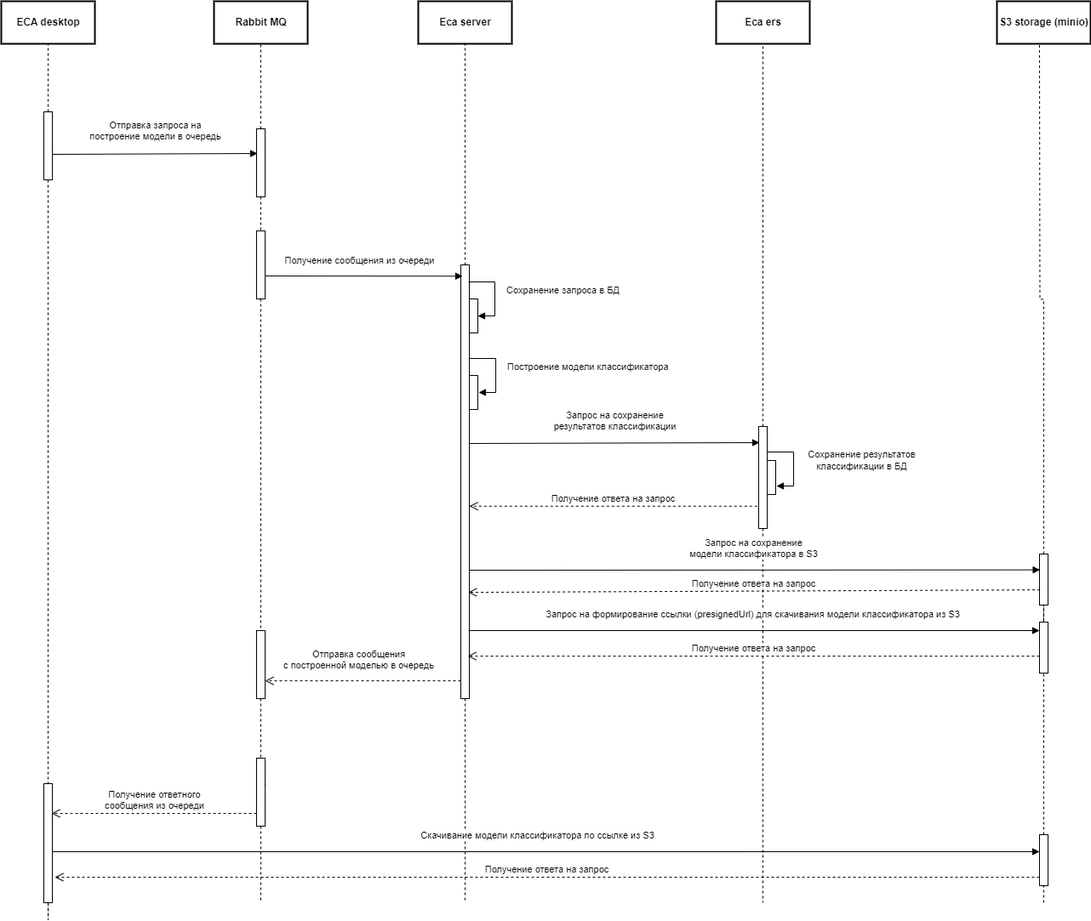
This is doc/images/evaluation-request-sequence.png from Stonnos/eca-service, a draw.io export, as it was before one commit. Source tidied: cells renumbered, new cells last; positions are measured from the earlier drawing's top-left corner, leaving out a move shared by most shapes.
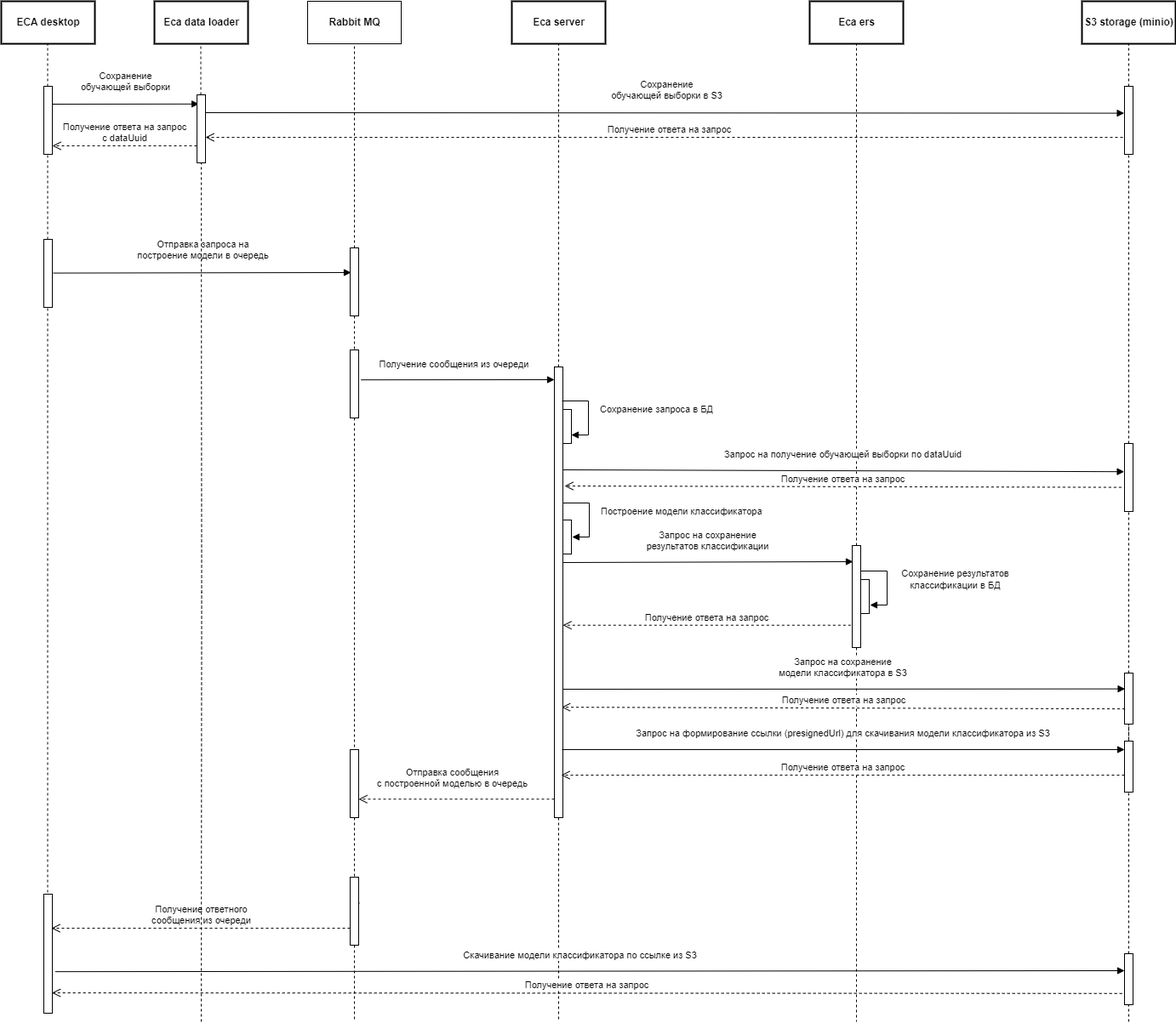
The same diagram one commit later.

Commit message:
#ES-295 - updated sequence diagrams

Diff of the diagram source:
```diff
@@ -4,15 +4,13 @@
     <mxCell id="1" parent="0" />
-    <mxCell id="2" style="edgeStyle=orthogonalEdgeStyle;rounded=0;jettySize=auto;html=1;endArrow=none;endFill=0;dashed=1;" parent="1" edge="1" source="4">
-      <mxGeometry relative="1" as="geometry">
-        <mxPoint x="55" y="40" as="targetPoint" />
-      </mxGeometry>
-    </mxCell>
-    <mxCell id="3" style="edgeStyle=orthogonalEdgeStyle;rounded=0;jettySize=auto;html=1;dashed=1;endArrow=none;endFill=0;" parent="1" edge="1" source="4" target="33">
-      <mxGeometry relative="1" as="geometry" />
-    </mxCell>
+    <mxCell id="54" style="edgeStyle=orthogonalEdgeStyle;rounded=0;orthogonalLoop=1;jettySize=auto;html=1;entryX=0.5;entryY=1;entryDx=0;entryDy=0;dashed=1;endArrow=none;endFill=0;strokeColor=#000000;" parent="1" edge="1">
+      <mxGeometry relative="1" as="geometry">
+        <mxPoint x="-55.5" y="920" as="sourcePoint" />
+        <mxPoint x="-55.5" y="-90" as="targetPoint" />
+      </mxGeometry>
+    </mxCell>
     <mxCell id="4" style="html=1;points=[];perimeter=orthogonalPerimeter;" parent="1" vertex="1">
-      <mxGeometry x="50" y="130" width="10" height="80" as="geometry" />
+      <mxGeometry x="-60" y="140" width="10" height="80" as="geometry" />
     </mxCell>
     <mxCell id="5" value="&lt;b&gt;ECA desktop&lt;/b&gt;" style="html=1;strokeWidth=2;" parent="1" vertex="1">
-      <mxGeometry width="110" height="50" as="geometry" />
+      <mxGeometry x="-110" y="-140" width="110" height="50" as="geometry" />
     </mxCell>
@@ -24,5 +22,4 @@
     </mxCell>
-    <mxCell id="8" value="&lt;font style=&quot;font-size: 11px&quot;&gt;Отправка запроса на &lt;br&gt;построение модели в очередь&lt;/font&gt;" style="html=1;verticalAlign=bottom;endArrow=block;" parent="1" edge="1">
+    <mxCell id="8" value="&lt;font style=&quot;font-size: 11px&quot;&gt;Отправка запроса на &lt;br&gt;построение модели в очередь&lt;/font&gt;" style="html=1;verticalAlign=bottom;endArrow=block;exitX=1.12;exitY=0.495;exitDx=0;exitDy=0;exitPerimeter=0;" parent="1" edge="1" source="4">
       <mxGeometry y="11" relative="1" as="geometry">
-        <mxPoint x="60" y="180" as="sourcePoint" />
         <mxPoint x="301" y="179" as="targetPoint" />
@@ -31,12 +28,9 @@
     <mxCell id="9" value="&lt;b&gt;Rabbit MQ&lt;/b&gt;" style="html=1;" parent="1" vertex="1">
-      <mxGeometry x="250" width="110" height="50" as="geometry" />
+      <mxGeometry x="250" y="-140" width="110" height="50" as="geometry" />
     </mxCell>
-    <mxCell id="10" value="&lt;b&gt;Rabbit MQ&lt;/b&gt;" style="html=1;strokeWidth=2;" parent="1" vertex="1">
-      <mxGeometry x="250" width="110" height="50" as="geometry" />
-    </mxCell>
     <mxCell id="11" value="&lt;b&gt;Eca server&lt;/b&gt;" style="html=1;strokeWidth=2;" parent="1" vertex="1">
-      <mxGeometry x="490" width="110" height="50" as="geometry" />
+      <mxGeometry x="490" y="-140" width="110" height="50" as="geometry" />
     </mxCell>
     <mxCell id="12" value="&lt;b&gt;Eca ers&lt;/b&gt;" style="html=1;strokeWidth=2;" parent="1" vertex="1">
-      <mxGeometry x="840" width="110" height="50" as="geometry" />
+      <mxGeometry x="840" y="-140" width="110" height="50" as="geometry" />
     </mxCell>
@@ -51,3 +45,3 @@
     <mxCell id="15" style="html=1;points=[];perimeter=orthogonalPerimeter;" parent="1" vertex="1">
-      <mxGeometry x="540" y="310" width="10" height="510" as="geometry" />
+      <mxGeometry x="540" y="290" width="10" height="530" as="geometry" />
     </mxCell>
@@ -59,5 +53,5 @@
     </mxCell>
-    <mxCell id="18" value="&lt;font style=&quot;font-size: 11px&quot;&gt;Получение сообщения из очереди&lt;/font&gt;" style="html=1;verticalAlign=bottom;endArrow=block;strokeColor=#000000;entryX=0.2;entryY=0.026;entryDx=0;entryDy=0;entryPerimeter=0;" parent="1" edge="1" target="15">
+    <mxCell id="18" value="&lt;font style=&quot;font-size: 11px&quot;&gt;Получение сообщения из очереди&lt;/font&gt;" style="html=1;verticalAlign=bottom;endArrow=block;strokeColor=#000000;exitX=1.28;exitY=0.44;exitDx=0;exitDy=0;exitPerimeter=0;" parent="1" edge="1" source="16">
       <mxGeometry x="-0.04" y="9" relative="1" as="geometry">
-        <mxPoint x="310" y="323" as="sourcePoint" />
+        <mxPoint x="540" y="305" as="targetPoint" />
       </mxGeometry>
@@ -65,3 +59,3 @@
     <mxCell id="19" style="html=1;perimeter=orthogonalPerimeter;" parent="1" vertex="1">
-      <mxGeometry x="550" y="350" width="10" height="40" as="geometry" />
+      <mxGeometry x="550" y="340" width="10" height="40" as="geometry" />
     </mxCell>
@@ -72,3 +66,2 @@
         <Array as="points">
-          <mxPoint x="549" y="330" />
           <mxPoint x="580" y="330" />
@@ -79,3 +72,3 @@
     <mxCell id="21" style="html=1;perimeter=orthogonalPerimeter;" parent="1" vertex="1">
-      <mxGeometry x="550" y="440" width="10" height="40" as="geometry" />
+      <mxGeometry x="550" y="470" width="10" height="40" as="geometry" />
     </mxCell>
@@ -103,8 +96,8 @@
       <mxGeometry x="-0.1" y="10" relative="1" as="geometry">
-        <mxPoint x="550" y="420" as="sourcePoint" />
-        <mxPoint x="561" y="460" as="targetPoint" />
+        <mxPoint x="550" y="450" as="sourcePoint" />
+        <mxPoint x="561" y="490" as="targetPoint" />
         <Array as="points">
-          <mxPoint x="550" y="420" />
-          <mxPoint x="581" y="420" />
-          <mxPoint x="581" y="460" />
+          <mxPoint x="550" y="450" />
+          <mxPoint x="581" y="450" />
+          <mxPoint x="581" y="490" />
         </Array>
@@ -126,9 +119,4 @@
     </mxCell>
-    <mxCell id="32" style="edgeStyle=orthogonalEdgeStyle;rounded=0;jettySize=auto;html=1;endArrow=none;endFill=0;strokeColor=#000000;dashed=1;" parent="1" edge="1" source="33">
-      <mxGeometry relative="1" as="geometry">
-        <mxPoint x="55" y="1020" as="targetPoint" />
-      </mxGeometry>
-    </mxCell>
     <mxCell id="33" style="html=1;points=[];perimeter=orthogonalPerimeter;" parent="1" vertex="1">
-      <mxGeometry x="50" y="920" width="10" height="140" as="geometry" />
+      <mxGeometry x="-60" y="910" width="10" height="140" as="geometry" />
     </mxCell>
@@ -137,3 +125,3 @@
     </mxCell>
-    <mxCell id="35" value="&lt;font style=&quot;font-size: 11px&quot;&gt;Получение ответного&lt;br&gt;сообщения из очереди&lt;/font&gt;" style="html=1;verticalAlign=bottom;endArrow=open;dashed=1;endSize=8;strokeColor=#000000;entryX=0.9;entryY=0.25;entryDx=0;entryDy=0;entryPerimeter=0;" parent="1" edge="1" source="49" target="33">
+    <mxCell id="35" value="&lt;font style=&quot;font-size: 11px&quot;&gt;Получение ответного&lt;br&gt;сообщения из очереди&lt;/font&gt;" style="html=1;verticalAlign=bottom;endArrow=open;dashed=1;endSize=8;strokeColor=#000000;entryX=0.9;entryY=0.286;entryDx=0;entryDy=0;entryPerimeter=0;" parent="1" edge="1" source="49" target="33">
       <mxGeometry relative="1" as="geometry" />
@@ -155,8 +143,6 @@
     <mxCell id="38" value="&lt;b&gt;S3 storage (minio)&lt;/b&gt;" style="html=1;strokeWidth=2;" parent="1" vertex="1">
-      <mxGeometry x="1170" width="110" height="50" as="geometry" />
+      <mxGeometry x="1160" y="-140" width="110" height="50" as="geometry" />
     </mxCell>
-    <mxCell id="39" style="edgeStyle=orthogonalEdgeStyle;rounded=0;jettySize=auto;html=1;entryX=0.5;entryY=1;entryDx=0;entryDy=0;endArrow=none;endFill=0;strokeColor=#000000;dashed=1;" parent="1" edge="1" source="41">
-      <mxGeometry relative="1" as="geometry">
-        <mxPoint x="1220" y="50" as="targetPoint" />
-      </mxGeometry>
+    <mxCell id="39" style="edgeStyle=orthogonalEdgeStyle;rounded=0;jettySize=auto;html=1;endArrow=none;endFill=0;strokeColor=#000000;dashed=1;entryX=0.5;entryY=1;entryDx=0;entryDy=0;" parent="1" edge="1" source="66" target="38">
+      <mxGeometry relative="1" as="geometry" />
     </mxCell>
@@ -166,3 +152,3 @@
     <mxCell id="41" style="html=1;points=[];perimeter=orthogonalPerimeter;" parent="1" vertex="1">
-      <mxGeometry x="1220" y="650" width="10" height="60" as="geometry" />
+      <mxGeometry x="1210" y="650" width="10" height="60" as="geometry" />
     </mxCell>
@@ -177,16 +163,20 @@
     <mxCell id="44" style="edgeStyle=orthogonalEdgeStyle;rounded=0;jettySize=auto;html=1;entryX=0.5;entryY=1;entryDx=0;entryDy=0;endArrow=none;endFill=0;strokeColor=#000000;dashed=1;" parent="1" edge="1" source="51" target="45">
-      <mxGeometry relative="1" as="geometry" />
+      <mxGeometry relative="1" as="geometry">
+        <Array as="points">
+          <mxPoint x="1215" y="1010" />
+        </Array>
+      </mxGeometry>
     </mxCell>
     <mxCell id="45" style="html=1;points=[];perimeter=orthogonalPerimeter;" parent="1" vertex="1">
-      <mxGeometry x="1220" y="730" width="10" height="60" as="geometry" />
+      <mxGeometry x="1210" y="730" width="10" height="60" as="geometry" />
     </mxCell>
-    <mxCell id="46" value="&lt;font style=&quot;font-size: 11px&quot;&gt;Запрос на формирование ссылки (presignedUrl) для скачивания модели классификатора из S3&lt;br&gt;&lt;/font&gt;" style="html=1;verticalAlign=bottom;endArrow=block;strokeColor=#000000;entryX=0.059;entryY=0.31;entryDx=0;entryDy=0;entryPerimeter=0;" parent="1" edge="1">
+    <mxCell id="46" value="&lt;font style=&quot;font-size: 11px&quot;&gt;Запрос на формирование ссылки (presignedUrl) для скачивания модели классификатора из S3&lt;br&gt;&lt;/font&gt;" style="html=1;verticalAlign=bottom;endArrow=block;strokeColor=#000000;" parent="1" edge="1">
       <mxGeometry y="10" relative="1" as="geometry">
         <mxPoint x="549" y="740" as="sourcePoint" />
-        <mxPoint x="1220" y="740" as="targetPoint" />
+        <mxPoint x="1210" y="740" as="targetPoint" />
       </mxGeometry>
     </mxCell>
-    <mxCell id="47" value="&lt;font style=&quot;font-size: 11px&quot;&gt;Получение ответа на запрос&lt;/font&gt;" style="html=1;verticalAlign=bottom;endArrow=open;dashed=1;endSize=8;strokeColor=#000000;exitX=0.059;exitY=0.702;exitDx=0;exitDy=0;exitPerimeter=0;" parent="1" edge="1">
+    <mxCell id="47" value="&lt;font style=&quot;font-size: 11px&quot;&gt;Получение ответа на запрос&lt;/font&gt;" style="html=1;verticalAlign=bottom;endArrow=open;dashed=1;endSize=8;strokeColor=#000000;" parent="1" edge="1">
       <mxGeometry relative="1" as="geometry">
-        <mxPoint x="1220" y="770" as="sourcePoint" />
+        <mxPoint x="1210" y="770" as="sourcePoint" />
         <mxPoint x="548" y="770" as="targetPoint" />
@@ -204,3 +194,3 @@
       <mxGeometry relative="1" as="geometry">
-        <mxPoint x="1225" y="1060" as="sourcePoint" />
+        <mxPoint x="1215" y="1060" as="sourcePoint" />
       </mxGeometry>
@@ -208,7 +198,6 @@
     <mxCell id="51" style="html=1;points=[];perimeter=orthogonalPerimeter;" parent="1" vertex="1">
-      <mxGeometry x="1220" y="980" width="10" height="60" as="geometry" />
+      <mxGeometry x="1210" y="980" width="10" height="60" as="geometry" />
     </mxCell>
-    <mxCell id="52" value="&lt;font style=&quot;font-size: 11px&quot;&gt;Скачивание модели классификатора по ссылке из S3&lt;br&gt;&lt;/font&gt;" style="html=1;verticalAlign=bottom;endArrow=block;strokeColor=#000000;entryX=0;entryY=0.333;entryDx=0;entryDy=0;entryPerimeter=0;" parent="1" edge="1" target="51">
+    <mxCell id="52" value="&lt;font style=&quot;font-size: 11px&quot;&gt;Скачивание модели классификатора по ссылке из S3&lt;br&gt;&lt;/font&gt;" style="html=1;verticalAlign=bottom;endArrow=block;strokeColor=#000000;entryX=0;entryY=0.333;entryDx=0;entryDy=0;entryPerimeter=0;exitX=1.36;exitY=0.651;exitDx=0;exitDy=0;exitPerimeter=0;" parent="1" edge="1" source="33" target="51">
       <mxGeometry x="-0.02" y="10" relative="1" as="geometry">
-        <mxPoint x="60" y="1000" as="sourcePoint" />
         <mxPoint x="-1" as="offset" />
@@ -216,7 +205,71 @@
     </mxCell>
-    <mxCell id="53" value="&lt;font style=&quot;font-size: 11px&quot;&gt;Получение ответа на запрос&lt;/font&gt;" style="html=1;verticalAlign=bottom;endArrow=open;dashed=1;endSize=8;strokeColor=#000000;exitX=0.059;exitY=0.702;exitDx=0;exitDy=0;exitPerimeter=0;entryX=1.294;entryY=0.786;entryDx=0;entryDy=0;entryPerimeter=0;" parent="1" edge="1" target="33">
-      <mxGeometry relative="1" as="geometry">
-        <mxPoint x="1220" y="1030" as="sourcePoint" />
-      </mxGeometry>
+    <mxCell id="53" value="&lt;font style=&quot;font-size: 11px&quot;&gt;Получение ответа на запрос&lt;/font&gt;" style="html=1;verticalAlign=bottom;endArrow=open;dashed=1;endSize=8;strokeColor=#000000;entryX=0.96;entryY=0.829;entryDx=0;entryDy=0;entryPerimeter=0;exitX=-0.28;exitY=0.78;exitDx=0;exitDy=0;exitPerimeter=0;" parent="1" edge="1" source="51" target="33">
+      <mxGeometry relative="1" as="geometry" />
     </mxCell>
+    <mxCell id="55" value="&lt;b&gt;Eca data loader&lt;/b&gt;" style="html=1;strokeWidth=2;" parent="1" vertex="1">
+      <mxGeometry x="70" y="-140" width="110" height="50" as="geometry" />
+    </mxCell>
+    <mxCell id="56" style="html=1;perimeter=orthogonalPerimeter;" parent="1" vertex="1">
+      <mxGeometry x="-60" y="-40" width="10" height="80" as="geometry" />
+    </mxCell>
+    <mxCell id="57" style="edgeStyle=orthogonalEdgeStyle;rounded=0;jettySize=auto;html=1;entryX=0.5;entryY=1;entryDx=0;entryDy=0;dashed=1;endArrow=none;endFill=0;strokeColor=#000000;" parent="1" edge="1" source="60">
+      <mxGeometry relative="1" as="geometry">
+        <mxPoint x="124.5" y="-90" as="targetPoint" />
+      </mxGeometry>
+    </mxCell>
+    <mxCell id="58" value="&lt;font style=&quot;font-size: 11px&quot;&gt;Сохранение&lt;br&gt;обучающей выборки&lt;br&gt;&lt;/font&gt;" style="html=1;verticalAlign=bottom;endArrow=block;exitX=1.12;exitY=0.495;exitDx=0;exitDy=0;exitPerimeter=0;entryX=0.212;entryY=0.135;entryDx=0;entryDy=0;entryPerimeter=0;" parent="1" edge="1" target="60">
+      <mxGeometry y="11" relative="1" as="geometry">
+        <mxPoint x="-50" y="-19" as="sourcePoint" />
+      </mxGeometry>
+    </mxCell>
+    <mxCell id="59" style="edgeStyle=orthogonalEdgeStyle;rounded=0;jettySize=auto;html=1;entryX=0.5;entryY=1;entryDx=0;entryDy=0;dashed=1;endArrow=none;endFill=0;strokeColor=#000000;" parent="1" edge="1" target="60">
+      <mxGeometry relative="1" as="geometry">
+        <mxPoint x="125" y="1060" as="sourcePoint" />
+      </mxGeometry>
+    </mxCell>
+    <mxCell id="60" style="html=1;points=[];perimeter=orthogonalPerimeter;" parent="1" vertex="1">
+      <mxGeometry x="120" y="-30" width="10" height="80" as="geometry" />
+    </mxCell>
+    <mxCell id="61" value="&lt;font style=&quot;font-size: 11px&quot;&gt;Получение ответа на запрос&lt;br&gt;c dataUuid&lt;/font&gt;" style="html=1;verticalAlign=bottom;endArrow=open;dashed=1;endSize=8;strokeColor=#000000;exitX=0;exitY=0.75;exitDx=0;exitDy=0;exitPerimeter=0;" parent="1" edge="1" source="60">
+      <mxGeometry relative="1" as="geometry">
+        <mxPoint x="-50" y="30" as="targetPoint" />
+      </mxGeometry>
+    </mxCell>
+    <mxCell id="62" value="&lt;font style=&quot;font-size: 11px&quot;&gt;Сохранение&lt;br&gt;обучающей выборки в S3&lt;br&gt;&lt;/font&gt;" style="html=1;verticalAlign=bottom;endArrow=block;exitX=1.12;exitY=0.495;exitDx=0;exitDy=0;exitPerimeter=0;entryX=-0.04;entryY=0.395;entryDx=0;entryDy=0;entryPerimeter=0;" parent="1" edge="1" target="66">
+      <mxGeometry y="11" relative="1" as="geometry">
+        <mxPoint x="130" y="-9" as="sourcePoint" />
+      </mxGeometry>
+    </mxCell>
+    <mxCell id="63" value="&lt;font style=&quot;font-size: 11px&quot;&gt;Получение ответа на запрос&lt;/font&gt;" style="html=1;verticalAlign=bottom;endArrow=open;dashed=1;endSize=8;strokeColor=#000000;" parent="1" edge="1">
+      <mxGeometry relative="1" as="geometry">
+        <mxPoint x="1220" y="20" as="sourcePoint" />
+        <mxPoint x="130" y="20" as="targetPoint" />
+      </mxGeometry>
+    </mxCell>
+    <mxCell id="64" value="&lt;font style=&quot;font-size: 11px&quot;&gt;Запрос на получение обучающей выборки по dataUuid&lt;br&gt;&lt;/font&gt;" style="html=1;verticalAlign=bottom;endArrow=block;strokeColor=#000000;entryX=-0.04;entryY=0.415;entryDx=0;entryDy=0;entryPerimeter=0;" parent="1" edge="1" target="68">
+      <mxGeometry y="10" relative="1" as="geometry">
+        <mxPoint x="550" y="411" as="sourcePoint" />
+      </mxGeometry>
+    </mxCell>
+    <mxCell id="65" style="edgeStyle=orthogonalEdgeStyle;rounded=0;jettySize=auto;html=1;endArrow=none;endFill=0;strokeColor=#000000;dashed=1;entryX=0.5;entryY=1;entryDx=0;entryDy=0;" parent="1" edge="1" source="68" target="66">
+      <mxGeometry relative="1" as="geometry" />
+    </mxCell>
+    <mxCell id="66" style="html=1;points=[];perimeter=orthogonalPerimeter;" parent="1" vertex="1">
+      <mxGeometry x="1210" y="-40" width="10" height="80" as="geometry" />
+    </mxCell>
+    <mxCell id="67" style="edgeStyle=orthogonalEdgeStyle;rounded=0;jettySize=auto;html=1;endArrow=none;endFill=0;strokeColor=#000000;dashed=1;entryX=0.5;entryY=1;entryDx=0;entryDy=0;" parent="1" edge="1" source="41" target="68">
+      <mxGeometry relative="1" as="geometry">
+        <Array as="points">
+          <mxPoint x="1215" y="680" />
+        </Array>
+      </mxGeometry>
+    </mxCell>
+    <mxCell id="68" style="html=1;points=[];perimeter=orthogonalPerimeter;" parent="1" vertex="1">
+      <mxGeometry x="1210" y="380" width="10" height="80" as="geometry" />
+    </mxCell>
+    <mxCell id="69" value="&lt;font style=&quot;font-size: 11px&quot;&gt;Получение ответа на запрос&lt;/font&gt;" style="html=1;verticalAlign=bottom;endArrow=open;dashed=1;endSize=8;strokeColor=#000000;exitX=-0.36;exitY=0.645;exitDx=0;exitDy=0;exitPerimeter=0;" parent="1" edge="1" source="68">
+      <mxGeometry relative="1" as="geometry">
+        <mxPoint x="552" y="430" as="targetPoint" />
+      </mxGeometry>
+    </mxCell>
   </root>
```
